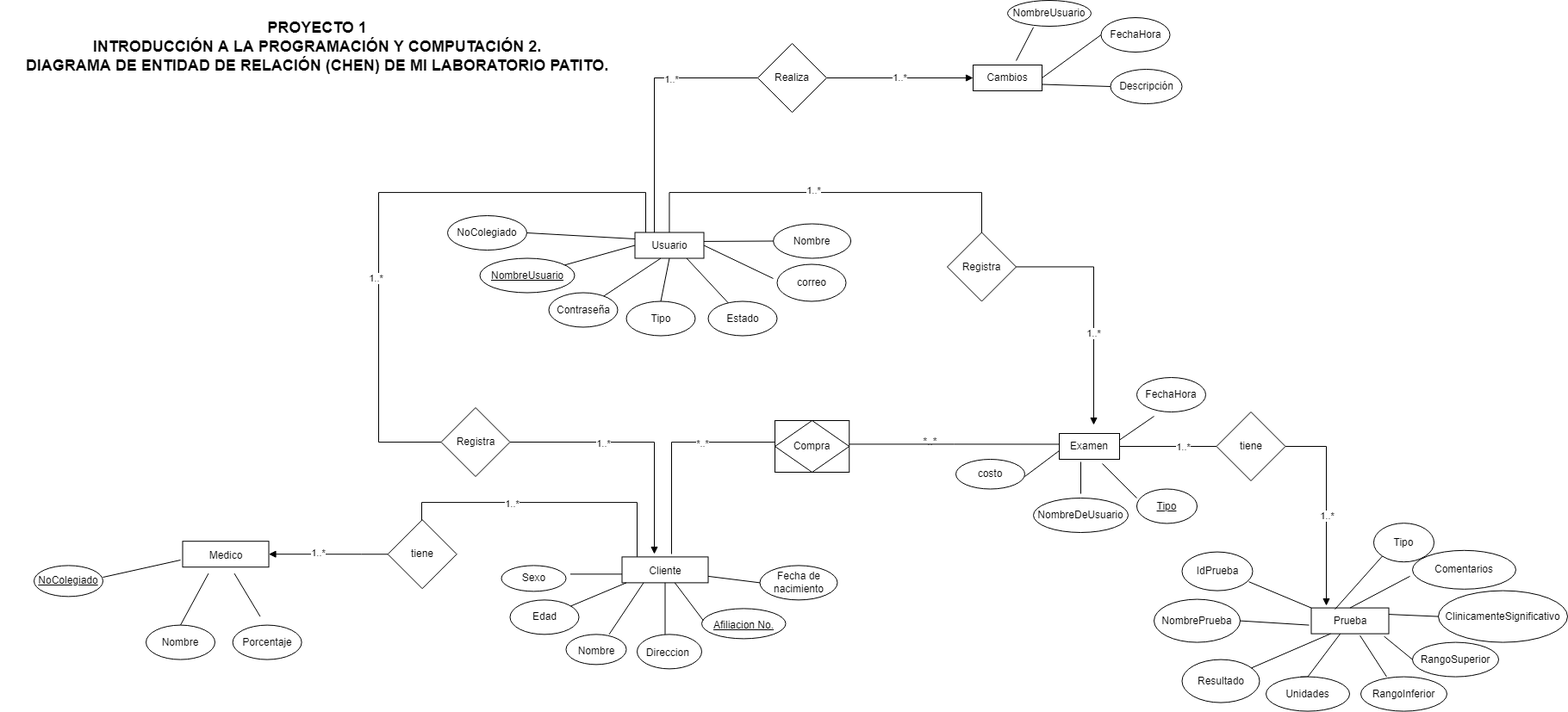
Above: Parte teorica/Diagrama ER Laboratorio Patito.drawio.png in YefriGonzalez/ProyectoLaboratorioCl-nico (draw.io), before the change. Source tidied: cells renumbered, new cells last; positions are measured from the earlier drawing's top-left corner, leaving out a move shared by most shapes.
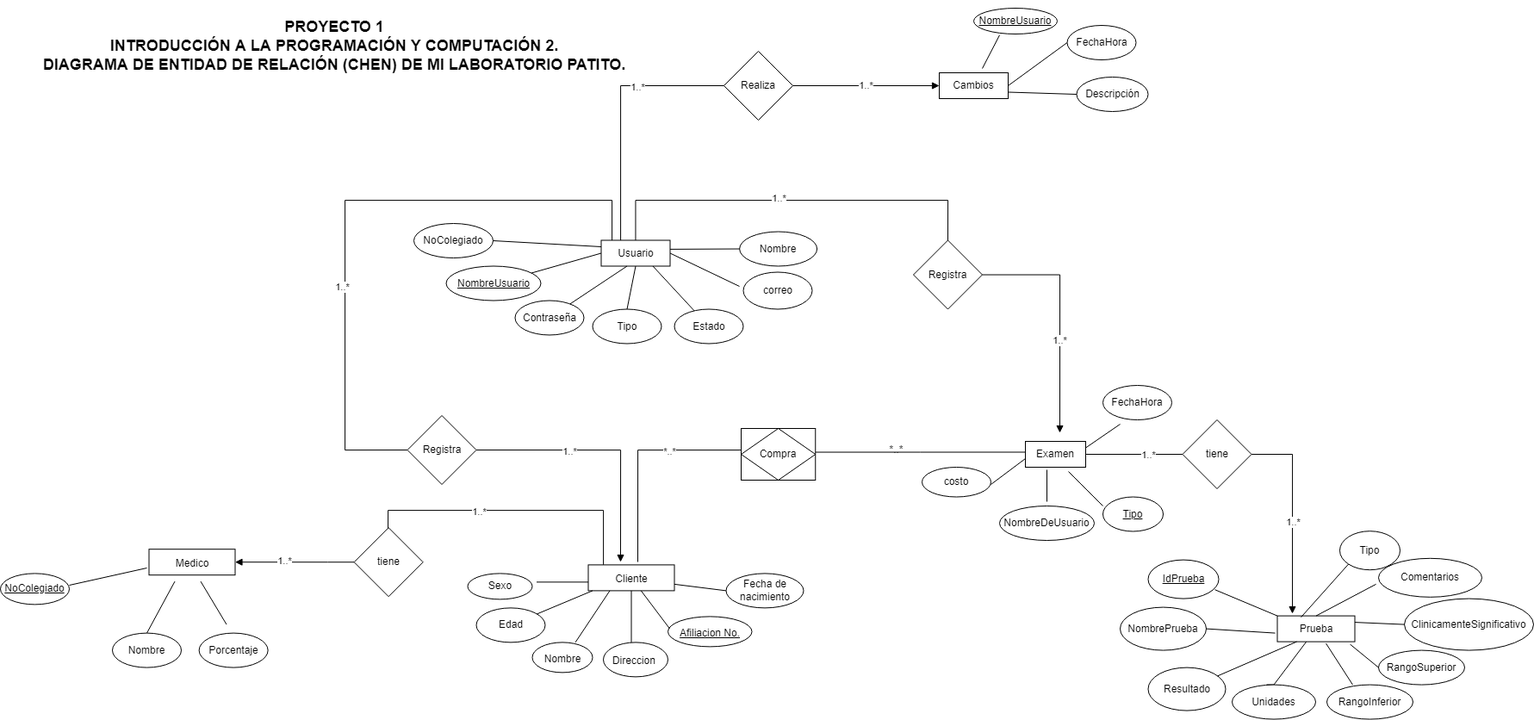
After the change.

Commit message:
Actualizaciones en el diagrama entidad de realcion (Chen)

Diff of the diagram source:
```diff
@@ -263,7 +263,7 @@
         <mxPoint x="1549" y="707.2" as="sourcePoint" />
       </mxGeometry>
     </mxCell>
-    <mxCell id="68" value="IdPrueba" style="ellipse;whiteSpace=wrap;html=1;" parent="1" vertex="1">
+    <mxCell id="68" value="&lt;u&gt;IdPrueba&lt;/u&gt;" style="ellipse;whiteSpace=wrap;html=1;" parent="1" vertex="1">
       <mxGeometry x="1371.5" y="640.6" width="82" height="45" as="geometry" />
     </mxCell>
     <mxCell id="69" style="endArrow=none;html=1;rounded=0;exitX=0.945;exitY=0.769;exitDx=0;exitDy=0;exitPerimeter=0;entryX=0;entryY=0;entryDx=0;entryDy=0;" parent="1" edge="1" source="68" target="47">
@@ -322,7 +322,7 @@
       <mxGeometry x="1064" y="503" width="30" height="20" as="geometry" />
     </mxCell>
     <mxCell id="82" value="&lt;b&gt;&lt;font style=&quot;font-size: 18px&quot;&gt;&lt;br&gt;PROYECTO 1&lt;br&gt;INTRODUCCIÓN A LA PROGRAMACIÓN Y COMPUTACIÓN 2.&lt;br&gt;DIAGRAMA DE ENTIDAD DE RELACIÓN (CHEN) DE MI LABORATORIO PATITO.&lt;br&gt;&lt;br&gt;&lt;br&gt;&lt;/font&gt;&lt;/b&gt;" style="text;html=1;strokeColor=none;fillColor=none;align=center;verticalAlign=middle;whiteSpace=wrap;rounded=0;" parent="1" vertex="1">
-      <mxGeometry x="0.2" y="10" width="736.2" height="110" as="geometry" />
+      <mxGeometry x="59" width="736.2" height="110" as="geometry" />
     </mxCell>
     <mxCell id="83" value="&lt;font style=&quot;font-size: 12px&quot;&gt;Medico&lt;/font&gt;" style="rounded=0;whiteSpace=wrap;html=1;fontSize=18;" parent="1" vertex="1">
       <mxGeometry x="211.5" y="628.2" width="100" height="30" as="geometry" />
@@ -367,7 +367,7 @@
     <mxCell id="93" value="Realiza" style="rhombus;whiteSpace=wrap;html=1;" parent="1" vertex="1">
       <mxGeometry x="879" y="50" width="80" height="80" as="geometry" />
     </mxCell>
-    <mxCell id="94" value="NombreUsuario" style="ellipse;whiteSpace=wrap;html=1;" parent="1" vertex="1">
+    <mxCell id="94" value="&lt;u&gt;NombreUsuario&lt;/u&gt;" style="ellipse;whiteSpace=wrap;html=1;" parent="1" vertex="1">
       <mxGeometry x="1169" width="97" height="30" as="geometry" />
     </mxCell>
     <mxCell id="95" style="endArrow=none;html=1;rounded=0;strokeWidth=1;entryX=0.31;entryY=1.04;entryDx=0;entryDy=0;entryPerimeter=0;" parent="1" edge="1" target="94">
```
